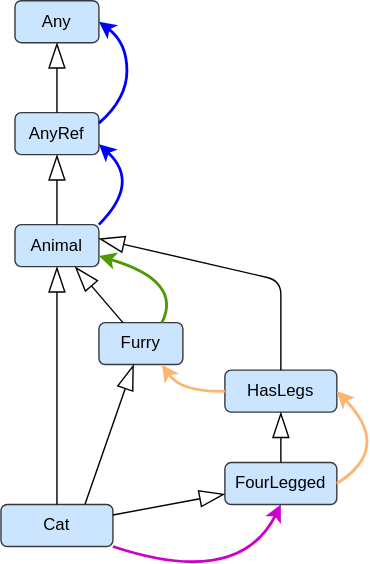
Earlier version of the draw.io export images/scala/trait-linearization.svg (jtLiBrain/jtLiBrain.github.io). Source tidied: cells renumbered, new cells last; positions are measured from the earlier drawing's top-left corner, leaving out a move shared by most shapes.
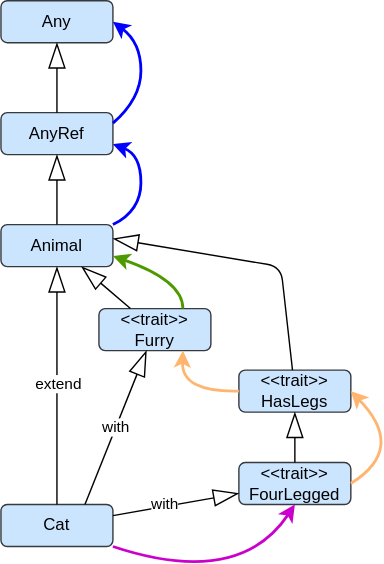
Later version of the same file.

The edit, as a diff of the source:
```diff
@@ -3,33 +3,36 @@
     <mxCell id="0" />
     <mxCell id="1" parent="0" />
     <mxCell id="2" value="&lt;span&gt;Animal&lt;/span&gt;" style="rounded=1;whiteSpace=wrap;html=1;fillColor=#cce5ff;strokeColor=#36393d;" parent="1" vertex="1">
-      <mxGeometry x="10" y="160" width="60" height="30" as="geometry" />
+      <mxGeometry y="160" width="80" height="30" as="geometry" />
     </mxCell>
     <mxCell id="3" value="Cat" style="rounded=1;whiteSpace=wrap;html=1;fillColor=#cce5ff;strokeColor=#36393d;" parent="1" vertex="1">
       <mxGeometry y="360" width="80" height="30" as="geometry" />
     </mxCell>
-    <mxCell id="4" value="Furry" style="rounded=1;whiteSpace=wrap;html=1;fillColor=#cce5ff;strokeColor=#36393d;" parent="1" vertex="1">
-      <mxGeometry x="70" y="230" width="60" height="30" as="geometry" />
+    <mxCell id="4" value="&amp;lt;&amp;lt;trait&amp;gt;&amp;gt;&lt;br&gt;Furry" style="rounded=1;whiteSpace=wrap;html=1;fillColor=#cce5ff;strokeColor=#36393d;" parent="1" vertex="1">
+      <mxGeometry x="70" y="220" width="80" height="30" as="geometry" />
     </mxCell>
-    <mxCell id="5" value="FourLegged" style="rounded=1;whiteSpace=wrap;html=1;fillColor=#cce5ff;strokeColor=#36393d;" parent="1" vertex="1">
-      <mxGeometry x="160" y="330" width="80" height="30" as="geometry" />
+    <mxCell id="5" value="&amp;lt;&amp;lt;trait&amp;gt;&amp;gt;&lt;br&gt;FourLegged" style="rounded=1;whiteSpace=wrap;html=1;fillColor=#cce5ff;strokeColor=#36393d;" parent="1" vertex="1">
+      <mxGeometry x="170" y="330" width="80" height="30" as="geometry" />
     </mxCell>
-    <mxCell id="6" value="HasLegs" style="rounded=1;whiteSpace=wrap;html=1;fillColor=#cce5ff;strokeColor=#36393d;" parent="1" vertex="1">
-      <mxGeometry x="160" y="264" width="80" height="30" as="geometry" />
+    <mxCell id="6" value="&amp;lt;&amp;lt;trait&amp;gt;&amp;gt;&lt;br&gt;HasLegs" style="rounded=1;whiteSpace=wrap;html=1;fillColor=#cce5ff;strokeColor=#36393d;" parent="1" vertex="1">
+      <mxGeometry x="170" y="264" width="80" height="30" as="geometry" />
     </mxCell>
-    <mxCell id="7" style="endArrow=blockThin;endSize=16;endFill=0;html=1;startSize=6;arcSize=20;exitX=0.75;exitY=0;exitDx=0;exitDy=0;" parent="1" edge="1" source="3" target="4">
+    <mxCell id="7" value="with" style="endArrow=blockThin;endSize=16;endFill=0;html=1;startSize=6;arcSize=20;exitX=0.75;exitY=0;exitDx=0;exitDy=0;" parent="1" edge="1" source="3" target="4">
       <mxGeometry relative="1" as="geometry" />
     </mxCell>
     <mxCell id="8" style="endArrow=blockThin;endSize=16;endFill=0;html=1;startSize=6;arcSize=20;" parent="1" edge="1" source="3" target="5">
       <mxGeometry relative="1" as="geometry" />
     </mxCell>
+    <mxCell id="23" value="with" style="edgeLabel;html=1;align=center;verticalAlign=middle;" parent="8" vertex="1">
+      <mxGeometry x="-0.19" y="2" relative="1" as="geometry" />
+    </mxCell>
     <mxCell id="9" style="endArrow=blockThin;endSize=16;endFill=0;html=1;startSize=6;arcSize=20;" parent="1" edge="1" source="5" target="6">
       <mxGeometry relative="1" as="geometry" />
     </mxCell>
     <mxCell id="10" style="endArrow=blockThin;endSize=16;endFill=0;html=1;startSize=6;arcSize=20;entryX=1;entryY=0.333;entryDx=0;entryDy=0;entryPerimeter=0;" parent="1" edge="1" source="6" target="2">
       <mxGeometry relative="1" as="geometry">
         <Array as="points">
-          <mxPoint x="200" y="200" />
+          <mxPoint x="200" y="190" />
         </Array>
       </mxGeometry>
     </mxCell>
@@ -39,14 +42,17 @@
     <mxCell id="12" style="endArrow=blockThin;endSize=16;endFill=0;html=1;startSize=6;arcSize=20;" parent="1" edge="1" source="3" target="2">
       <mxGeometry relative="1" as="geometry" />
     </mxCell>
+    <mxCell id="24" value="extend" style="edgeLabel;html=1;align=center;verticalAlign=middle;" parent="12" vertex="1">
+      <mxGeometry x="0.02" relative="1" as="geometry" />
+    </mxCell>
     <mxCell id="13" value="&lt;span&gt;AnyRef&lt;/span&gt;" style="rounded=1;whiteSpace=wrap;html=1;fillColor=#cce5ff;strokeColor=#36393d;" parent="1" vertex="1">
-      <mxGeometry x="10" y="80" width="60" height="30" as="geometry" />
+      <mxGeometry y="80" width="80" height="30" as="geometry" />
     </mxCell>
     <mxCell id="14" style="endArrow=blockThin;endSize=16;endFill=0;html=1;startSize=6;arcSize=20;" parent="1" edge="1" source="2" target="13">
       <mxGeometry relative="1" as="geometry" />
     </mxCell>
     <mxCell id="15" value="&lt;span&gt;Any&lt;/span&gt;" style="rounded=1;whiteSpace=wrap;html=1;fillColor=#cce5ff;strokeColor=#36393d;" parent="1" vertex="1">
-      <mxGeometry x="10" width="60" height="30" as="geometry" />
+      <mxGeometry width="80" height="30" as="geometry" />
     </mxCell>
     <mxCell id="16" style="endArrow=blockThin;endSize=16;endFill=0;html=1;startSize=6;arcSize=20;" parent="1" edge="1" source="13" target="15">
       <mxGeometry relative="1" as="geometry" />
@@ -54,15 +60,16 @@
     <mxCell id="17" style="curved=1;endArrow=classic;html=1;exitX=1;exitY=0.25;exitDx=0;exitDy=0;entryX=1;entryY=0.5;entryDx=0;entryDy=0;strokeWidth=2;strokeColor=#0000FF;" parent="1" edge="1" source="13" target="15">
       <mxGeometry relative="1" as="geometry">
         <Array as="points">
-          <mxPoint x="90" y="70" />
-          <mxPoint x="90" y="30" />
+          <mxPoint x="100" y="70" />
+          <mxPoint x="100" y="30" />
         </Array>
       </mxGeometry>
     </mxCell>
     <mxCell id="18" style="curved=1;endArrow=classic;html=1;entryX=1;entryY=0.75;entryDx=0;entryDy=0;exitX=1;exitY=0;exitDx=0;exitDy=0;strokeWidth=2;strokeColor=#0000FF;" parent="1" edge="1" source="2" target="13">
       <mxGeometry relative="1" as="geometry">
         <Array as="points">
-          <mxPoint x="100" y="130" />
+          <mxPoint x="100" y="150" />
+          <mxPoint x="100" y="110" />
         </Array>
       </mxGeometry>
     </mxCell>
@@ -76,7 +83,7 @@
     <mxCell id="20" style="curved=1;endArrow=classic;html=1;exitX=1;exitY=0.5;exitDx=0;exitDy=0;entryX=1;entryY=0.5;entryDx=0;entryDy=0;strokeWidth=2;fillColor=#ffcccc;strokeColor=#FFB570;" parent="1" edge="1" source="5" target="6">
       <mxGeometry relative="1" as="geometry">
         <Array as="points">
-          <mxPoint x="280" y="320" />
+          <mxPoint x="290" y="320" />
         </Array>
       </mxGeometry>
     </mxCell>
```
